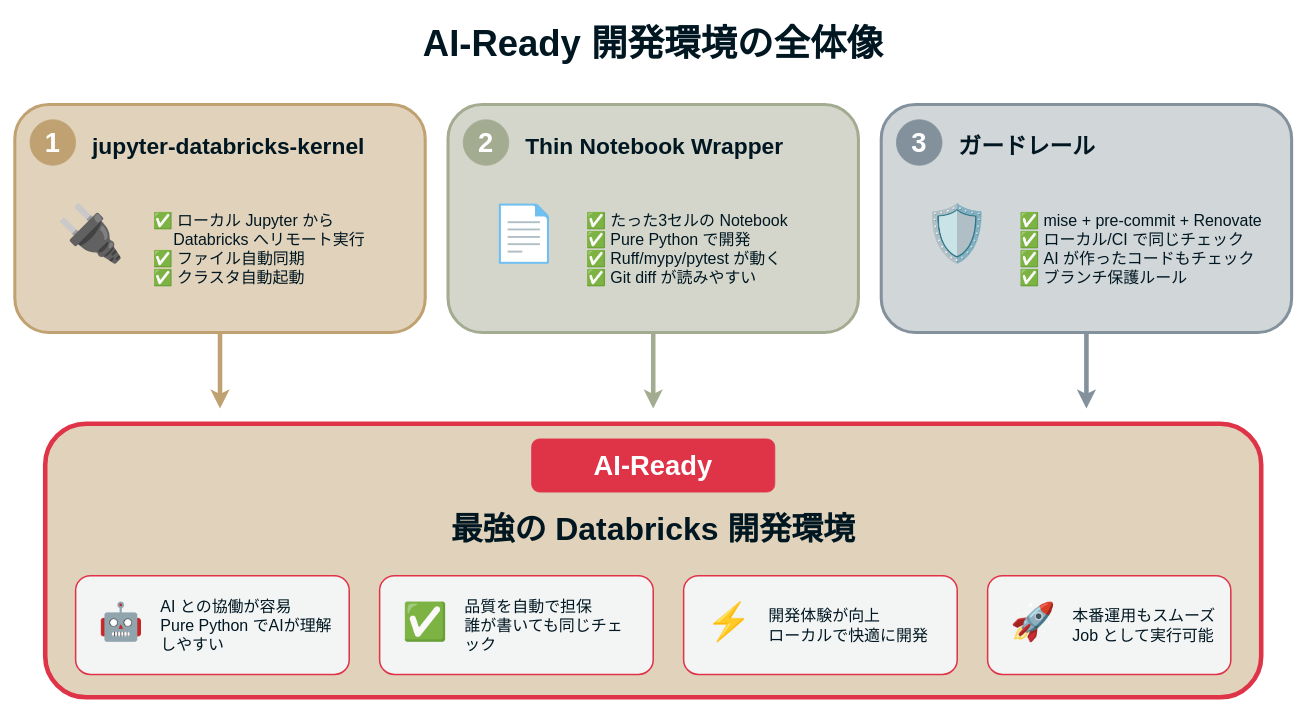
Above: assets/2025-12-xx-ai-ready-databricks/ai-ready-overview.drawio in i9wa4/i9wa4.github.io (draw.io), before the change. Source tidied: cells renumbered, new cells numbered last; positions are measured from the earlier drawing's top-left corner, leaving out a move shared by most shapes. Both pictures are drawn from the tidied source at 76%, with x=0, y=0 at pixel (14, 13).
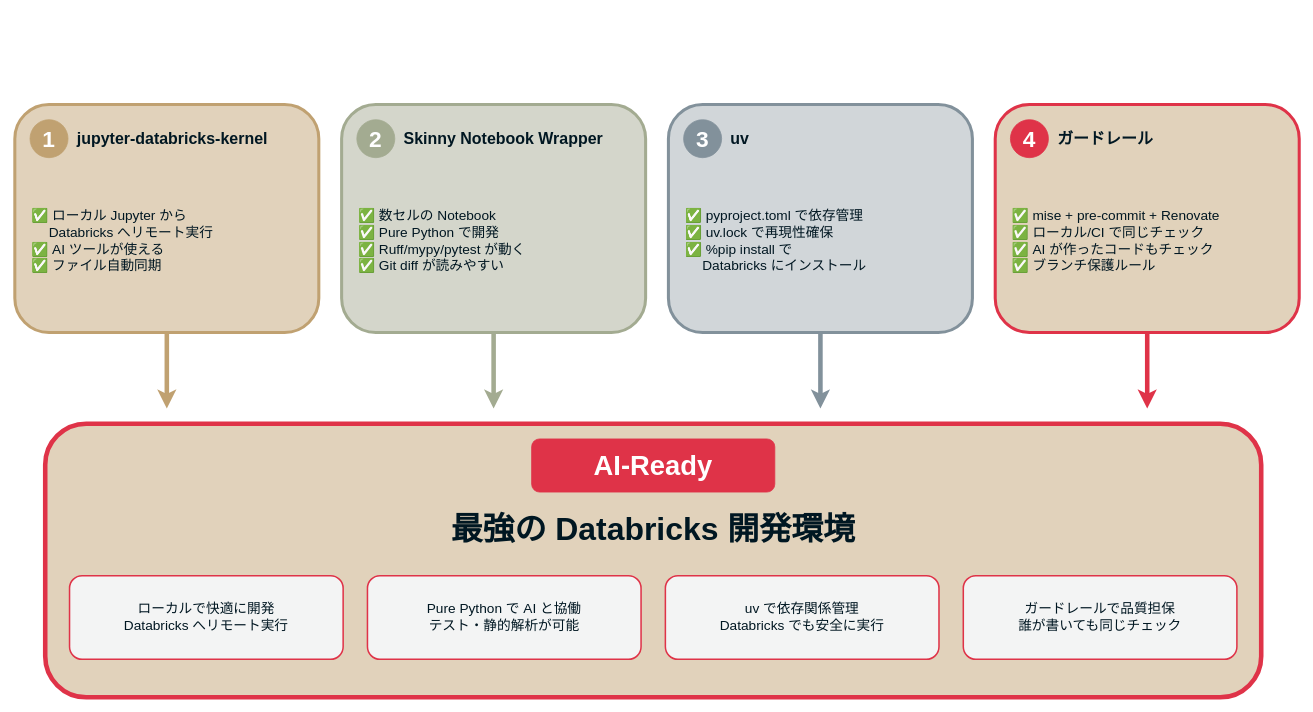
The same page after the edit.

Diff of the diagram source:
```diff
@@
-    <mxCell id="2" value="AI-Ready 開発環境の全体像" style="text;html=1;strokeColor=none;fillColor=none;align=center;verticalAlign=middle;whiteSpace=wrap;rounded=0;fontSize=48;fontStyle=1;fontColor=#001722;" parent="1" vertex="1">
-      <mxGeometry x="390" width="900" height="80" as="geometry" />
-    </mxCell>
     <mxCell id="3" style="rounded=1;whiteSpace=wrap;html=1;fillColor=#e1d2bb;strokeColor=#c0a171;strokeWidth=4;" parent="1" vertex="1">
-      <mxGeometry y="120" width="540" height="300" as="geometry" />
+      <mxGeometry y="120" width="400" height="300" as="geometry" />
     </mxCell>
-    <mxCell id="4" value="1" style="ellipse;whiteSpace=wrap;html=1;fillColor=#c0a171;strokeColor=#c0a171;fontColor=#ffffff;fontSize=36;fontStyle=1;" parent="1" vertex="1">
-      <mxGeometry x="20" y="140" width="60" height="60" as="geometry" />
+    <mxCell id="4" value="1" style="ellipse;whiteSpace=wrap;html=1;fillColor=#c0a171;strokeColor=#c0a171;fontColor=#ffffff;fontSize=30;fontStyle=1;" parent="1" vertex="1">
+      <mxGeometry x="20" y="140" width="50" height="50" as="geometry" />
     </mxCell>
-    <mxCell id="5" value="jupyter-databricks-kernel" style="text;html=1;strokeColor=none;fillColor=none;align=left;verticalAlign=middle;whiteSpace=wrap;rounded=0;fontSize=30;fontStyle=1;fontColor=#001722;" parent="1" vertex="1">
-      <mxGeometry x="100" y="150" width="420" height="50" as="geometry" />
+    <mxCell id="5" value="jupyter-databricks-kernel" style="text;html=1;strokeColor=none;fillColor=none;align=left;verticalAlign=middle;whiteSpace=wrap;rounded=0;fontSize=21;fontStyle=1;fontColor=#001722;" parent="1" vertex="1">
+      <mxGeometry x="80" y="145" width="300" height="40" as="geometry" />
     </mxCell>
-    <mxCell id="6" value="🔌" style="text;html=1;strokeColor=none;fillColor=none;align=center;verticalAlign=middle;whiteSpace=wrap;rounded=0;fontSize=72;" parent="1" vertex="1">
-      <mxGeometry x="40" y="230" width="120" height="120" as="geometry" />
-    </mxCell>
-    <mxCell id="7" value="✅ ローカル Jupyter から&lt;br&gt;　 Databricks へリモート実行&lt;br&gt;✅ ファイル自動同期&lt;br&gt;✅ クラスタ自動起動" style="text;html=1;strokeColor=none;fillColor=none;align=left;verticalAlign=middle;whiteSpace=wrap;rounded=0;fontSize=21;fontColor=#001722;" parent="1" vertex="1">
-      <mxGeometry x="180" y="240" width="340" height="140" as="geometry" />
+    <mxCell id="7" value="✅ ローカル Jupyter から&lt;br&gt;　 Databricks へリモート実行&lt;br&gt;✅ AI ツールが使える&lt;br&gt;✅ ファイル自動同期" style="text;html=1;strokeColor=none;fillColor=none;align=left;verticalAlign=middle;whiteSpace=wrap;rounded=0;fontSize=18;fontColor=#001722;" parent="1" vertex="1">
+      <mxGeometry x="20" y="210" width="360" height="180" as="geometry" />
     </mxCell>
     <mxCell id="8" style="rounded=1;whiteSpace=wrap;html=1;fillColor=#d4d6cb;strokeColor=#a3ab91;strokeWidth=4;" parent="1" vertex="1">
-      <mxGeometry x="570" y="120" width="540" height="300" as="geometry" />
+      <mxGeometry x="430" y="120" width="400" height="300" as="geometry" />
     </mxCell>
-    <mxCell id="9" value="2" style="ellipse;whiteSpace=wrap;html=1;fillColor=#a3ab91;strokeColor=#a3ab91;fontColor=#ffffff;fontSize=36;fontStyle=1;" parent="1" vertex="1">
-      <mxGeometry x="590" y="140" width="60" height="60" as="geometry" />
+    <mxCell id="9" value="2" style="ellipse;whiteSpace=wrap;html=1;fillColor=#a3ab91;strokeColor=#a3ab91;fontColor=#ffffff;fontSize=30;fontStyle=1;" parent="1" vertex="1">
+      <mxGeometry x="450" y="140" width="50" height="50" as="geometry" />
     </mxCell>
-    <mxCell id="10" value="Thin Notebook Wrapper" style="text;html=1;strokeColor=none;fillColor=none;align=left;verticalAlign=middle;whiteSpace=wrap;rounded=0;fontSize=30;fontStyle=1;fontColor=#001722;" parent="1" vertex="1">
-      <mxGeometry x="670" y="150" width="420" height="50" as="geometry" />
+    <mxCell id="10" value="Skinny Notebook Wrapper" style="text;html=1;strokeColor=none;fillColor=none;align=left;verticalAlign=middle;whiteSpace=wrap;rounded=0;fontSize=21;fontStyle=1;fontColor=#001722;" parent="1" vertex="1">
+      <mxGeometry x="510" y="145" width="300" height="40" as="geometry" />
     </mxCell>
-    <mxCell id="11" value="📄" style="text;html=1;strokeColor=none;fillColor=none;align=center;verticalAlign=middle;whiteSpace=wrap;rounded=0;fontSize=72;" parent="1" vertex="1">
-      <mxGeometry x="610" y="230" width="120" height="120" as="geometry" />
-    </mxCell>
-    <mxCell id="12" value="✅ たった3セルの Notebook&lt;br&gt;✅ Pure Python で開発&lt;br&gt;✅ Ruff/mypy/pytest が動く&lt;br&gt;✅ Git diff が読みやすい" style="text;html=1;strokeColor=none;fillColor=none;align=left;verticalAlign=middle;whiteSpace=wrap;rounded=0;fontSize=21;fontColor=#001722;" parent="1" vertex="1">
-      <mxGeometry x="750" y="240" width="340" height="140" as="geometry" />
+    <mxCell id="12" value="✅ 数セルの Notebook&lt;br&gt;✅ Pure Python で開発&lt;br&gt;✅ Ruff/mypy/pytest が動く&lt;br&gt;✅ Git diff が読みやすい" style="text;html=1;strokeColor=none;fillColor=none;align=left;verticalAlign=middle;whiteSpace=wrap;rounded=0;fontSize=18;fontColor=#001722;" parent="1" vertex="1">
+      <mxGeometry x="450" y="210" width="360" height="180" as="geometry" />
     </mxCell>
     <mxCell id="13" style="rounded=1;whiteSpace=wrap;html=1;fillColor=#d1d6d9;strokeColor=#82919b;strokeWidth=4;" parent="1" vertex="1">
-      <mxGeometry x="1140" y="120" width="540" height="300" as="geometry" />
+      <mxGeometry x="860" y="120" width="400" height="300" as="geometry" />
     </mxCell>
-    <mxCell id="14" value="3" style="ellipse;whiteSpace=wrap;html=1;fillColor=#82919b;strokeColor=#82919b;fontColor=#ffffff;fontSize=36;fontStyle=1;" parent="1" vertex="1">
-      <mxGeometry x="1160" y="140" width="60" height="60" as="geometry" />
+    <mxCell id="14" value="3" style="ellipse;whiteSpace=wrap;html=1;fillColor=#82919b;strokeColor=#82919b;fontColor=#ffffff;fontSize=30;fontStyle=1;" parent="1" vertex="1">
+      <mxGeometry x="880" y="140" width="50" height="50" as="geometry" />
     </mxCell>
-    <mxCell id="15" value="ガードレール" style="text;html=1;strokeColor=none;fillColor=none;align=left;verticalAlign=middle;whiteSpace=wrap;rounded=0;fontSize=30;fontStyle=1;fontColor=#001722;" parent="1" vertex="1">
-      <mxGeometry x="1240" y="150" width="420" height="50" as="geometry" />
+    <mxCell id="15" value="uv" style="text;html=1;strokeColor=none;fillColor=none;align=left;verticalAlign=middle;whiteSpace=wrap;rounded=0;fontSize=21;fontStyle=1;fontColor=#001722;" parent="1" vertex="1">
+      <mxGeometry x="940" y="145" width="300" height="40" as="geometry" />
     </mxCell>
-    <mxCell id="16" value="🛡️" style="text;html=1;strokeColor=none;fillColor=none;align=center;verticalAlign=middle;whiteSpace=wrap;rounded=0;fontSize=72;" parent="1" vertex="1">
-      <mxGeometry x="1180" y="230" width="120" height="120" as="geometry" />
-    </mxCell>
-    <mxCell id="17" value="✅ mise + pre-commit + Renovate&lt;br&gt;✅ ローカル/CI で同じチェック&lt;br&gt;✅ AI が作ったコードもチェック&lt;br&gt;✅ ブランチ保護ルール" style="text;html=1;strokeColor=none;fillColor=none;align=left;verticalAlign=middle;whiteSpace=wrap;rounded=0;fontSize=21;fontColor=#001722;" parent="1" vertex="1">
-      <mxGeometry x="1320" y="240" width="340" height="140" as="geometry" />
+    <mxCell id="17" value="✅ pyproject.toml で依存管理&lt;br&gt;✅ uv.lock で再現性確保&lt;br&gt;✅ %pip install で&lt;br&gt;　 Databricks にインストール" style="text;html=1;strokeColor=none;fillColor=none;align=left;verticalAlign=middle;whiteSpace=wrap;rounded=0;fontSize=18;fontColor=#001722;" parent="1" vertex="1">
+      <mxGeometry x="880" y="210" width="360" height="180" as="geometry" />
     </mxCell>
+    <mxCell id="36" style="rounded=1;whiteSpace=wrap;html=1;fillColor=#e1d2bb;strokeColor=#df3348;strokeWidth=4;" parent="1" vertex="1">
+      <mxGeometry x="1290" y="120" width="400" height="300" as="geometry" />
+    </mxCell>
+    <mxCell id="37" value="4" style="ellipse;whiteSpace=wrap;html=1;fillColor=#df3348;strokeColor=#df3348;fontColor=#ffffff;fontSize=30;fontStyle=1;" parent="1" vertex="1">
+      <mxGeometry x="1310" y="140" width="50" height="50" as="geometry" />
+    </mxCell>
+    <mxCell id="38" value="ガードレール" style="text;html=1;strokeColor=none;fillColor=none;align=left;verticalAlign=middle;whiteSpace=wrap;rounded=0;fontSize=21;fontStyle=1;fontColor=#001722;" parent="1" vertex="1">
+      <mxGeometry x="1370" y="145" width="300" height="40" as="geometry" />
+    </mxCell>
+    <mxCell id="39" value="✅ mise + pre-commit + Renovate&lt;br&gt;✅ ローカル/CI で同じチェック&lt;br&gt;✅ AI が作ったコードもチェック&lt;br&gt;✅ ブランチ保護ルール" style="text;html=1;strokeColor=none;fillColor=none;align=left;verticalAlign=middle;whiteSpace=wrap;rounded=0;fontSize=18;fontColor=#001722;" parent="1" vertex="1">
+      <mxGeometry x="1310" y="210" width="360" height="180" as="geometry" />
+    </mxCell>
     <mxCell id="18" style="endArrow=classic;html=1;strokeWidth=6;strokeColor=#c0a171;" parent="1" edge="1">
       <mxGeometry relative="1" as="geometry">
-        <mxPoint x="270" y="420" as="sourcePoint" />
-        <mxPoint x="270" y="520" as="targetPoint" />
+        <mxPoint x="200" y="420" as="sourcePoint" />
+        <mxPoint x="200" y="520" as="targetPoint" />
       </mxGeometry>
     </mxCell>
     <mxCell id="19" style="endArrow=classic;html=1;strokeWidth=6;strokeColor=#a3ab91;" parent="1" edge="1">
       <mxGeometry relative="1" as="geometry">
-        <mxPoint x="840" y="420" as="sourcePoint" />
-        <mxPoint x="840" y="520" as="targetPoint" />
+        <mxPoint x="630" y="420" as="sourcePoint" />
+        <mxPoint x="630" y="520" as="targetPoint" />
       </mxGeometry>
     </mxCell>
     <mxCell id="20" style="endArrow=classic;html=1;strokeWidth=6;strokeColor=#82919b;" parent="1" edge="1">
       <mxGeometry relative="1" as="geometry">
-        <mxPoint x="1410" y="420" as="sourcePoint" />
-        <mxPoint x="1410" y="520" as="targetPoint" />
+        <mxPoint x="1060" y="420" as="sourcePoint" />
+        <mxPoint x="1060" y="520" as="targetPoint" />
       </mxGeometry>
     </mxCell>
+    <mxCell id="40" style="endArrow=classic;html=1;strokeWidth=6;strokeColor=#df3348;" parent="1" edge="1">
+      <mxGeometry relative="1" as="geometry">
+        <mxPoint x="1490" y="420" as="sourcePoint" />
+        <mxPoint x="1490" y="520" as="targetPoint" />
+      </mxGeometry>
+    </mxCell>
@@
     <mxCell id="24" style="rounded=1;whiteSpace=wrap;html=1;fillColor=#f3f4f4;strokeColor=#df3348;strokeWidth=2;" parent="1" vertex="1">
-      <mxGeometry x="80" y="740" width="360" height="130" as="geometry" />
+      <mxGeometry x="72" y="740" width="360" height="110" as="geometry" />
     </mxCell>
-    <mxCell id="25" value="🤖" style="text;html=1;strokeColor=none;fillColor=none;align=center;verticalAlign=middle;whiteSpace=wrap;rounded=0;fontSize=48;" parent="1" vertex="1">
-      <mxGeometry x="100" y="760" width="80" height="80" as="geometry" />
-    </mxCell>
-    <mxCell id="26" value="AI との協働が容易&lt;br&gt;Pure Python でAIが理解しやすい" style="text;html=1;strokeColor=none;fillColor=none;align=left;verticalAlign=middle;whiteSpace=wrap;rounded=0;fontSize=21;fontColor=#001722;" parent="1" vertex="1">
-      <mxGeometry x="190" y="770" width="230" height="70" as="geometry" />
+    <mxCell id="26" value="ローカルで快適に開発&lt;br&gt;Databricks へリモート実行" style="text;html=1;strokeColor=none;fillColor=none;align=center;verticalAlign=middle;whiteSpace=wrap;rounded=0;fontSize=18;fontColor=#001722;" parent="1" vertex="1">
+      <mxGeometry x="82" y="755" width="340" height="80" as="geometry" />
     </mxCell>
     <mxCell id="27" style="rounded=1;whiteSpace=wrap;html=1;fillColor=#f3f4f4;strokeColor=#df3348;strokeWidth=2;" parent="1" vertex="1">
-      <mxGeometry x="480" y="740" width="360" height="130" as="geometry" />
+      <mxGeometry x="464" y="740" width="360" height="110" as="geometry" />
     </mxCell>
-    <mxCell id="28" value="✅" style="text;html=1;strokeColor=none;fillColor=none;align=center;verticalAlign=middle;whiteSpace=wrap;rounded=0;fontSize=48;" parent="1" vertex="1">
-      <mxGeometry x="500" y="760" width="80" height="80" as="geometry" />
-    </mxCell>
-    <mxCell id="29" value="品質を自動で担保&lt;br&gt;誰が書いても同じチェック" style="text;html=1;strokeColor=none;fillColor=none;align=left;verticalAlign=middle;whiteSpace=wrap;rounded=0;fontSize=21;fontColor=#001722;" parent="1" vertex="1">
-      <mxGeometry x="590" y="770" width="230" height="70" as="geometry" />
+    <mxCell id="29" value="Pure Python で AI と協働&lt;br&gt;テスト・静的解析が可能" style="text;html=1;strokeColor=none;fillColor=none;align=center;verticalAlign=middle;whiteSpace=wrap;rounded=0;fontSize=18;fontColor=#001722;" parent="1" vertex="1">
+      <mxGeometry x="474" y="755" width="340" height="80" as="geometry" />
     </mxCell>
     <mxCell id="30" style="rounded=1;whiteSpace=wrap;html=1;fillColor=#f3f4f4;strokeColor=#df3348;strokeWidth=2;" parent="1" vertex="1">
-      <mxGeometry x="880" y="740" width="360" height="130" as="geometry" />
+      <mxGeometry x="856" y="740" width="360" height="110" as="geometry" />
     </mxCell>
-    <mxCell id="31" value="⚡" style="text;html=1;strokeColor=none;fillColor=none;align=center;verticalAlign=middle;whiteSpace=wrap;rounded=0;fontSize=48;" parent="1" vertex="1">
-      <mxGeometry x="900" y="760" width="80" height="80" as="geometry" />
-    </mxCell>
-    <mxCell id="32" value="開発体験が向上&lt;br&gt;ローカルで快適に開発" style="text;html=1;strokeColor=none;fillColor=none;align=left;verticalAlign=middle;whiteSpace=wrap;rounded=0;fontSize=21;fontColor=#001722;" parent="1" vertex="1">
-      <mxGeometry x="990" y="770" width="230" height="70" as="geometry" />
+    <mxCell id="32" value="uv で依存関係管理&lt;br&gt;Databricks でも安全に実行" style="text;html=1;strokeColor=none;fillColor=none;align=center;verticalAlign=middle;whiteSpace=wrap;rounded=0;fontSize=18;fontColor=#001722;" parent="1" vertex="1">
+      <mxGeometry x="866" y="755" width="340" height="80" as="geometry" />
     </mxCell>
     <mxCell id="33" style="rounded=1;whiteSpace=wrap;html=1;fillColor=#f3f4f4;strokeColor=#df3348;strokeWidth=2;" parent="1" vertex="1">
-      <mxGeometry x="1280" y="740" width="320" height="130" as="geometry" />
+      <mxGeometry x="1248" y="740" width="360" height="110" as="geometry" />
     </mxCell>
-    <mxCell id="34" value="🚀" style="text;html=1;strokeColor=none;fillColor=none;align=center;verticalAlign=middle;whiteSpace=wrap;rounded=0;fontSize=48;" parent="1" vertex="1">
-      <mxGeometry x="1300" y="760" width="80" height="80" as="geometry" />
-    </mxCell>
-    <mxCell id="35" value="本番運用もスムーズ&lt;br&gt;Job として実行可能" style="text;html=1;strokeColor=none;fillColor=none;align=left;verticalAlign=middle;whiteSpace=wrap;rounded=0;fontSize=21;fontColor=#001722;" parent="1" vertex="1">
-      <mxGeometry x="1390" y="770" width="200" height="70" as="geometry" />
+    <mxCell id="35" value="ガードレールで品質担保&lt;br&gt;誰が書いても同じチェック" style="text;html=1;strokeColor=none;fillColor=none;align=center;verticalAlign=middle;whiteSpace=wrap;rounded=0;fontSize=18;fontColor=#001722;" parent="1" vertex="1">
+      <mxGeometry x="1258" y="755" width="340" height="80" as="geometry" />
     </mxCell>
```
